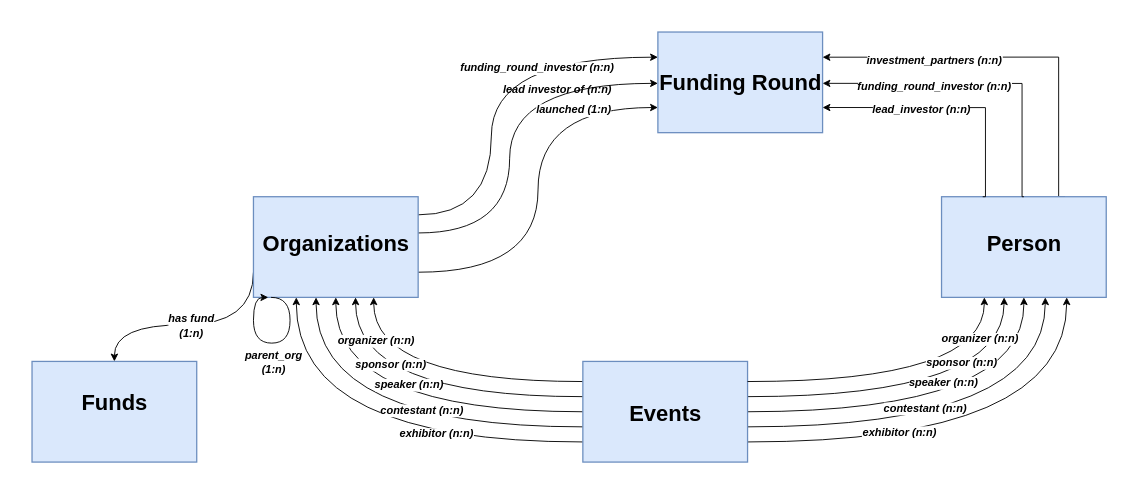
Before: copy_edited_graph_vis.drawio in SilvesterYu/FinQA_Vis, a draw.io diagram. Source tidied: cells renumbered, new cells numbered last; positions are measured from the earlier drawing's top-left corner, leaving out a move shared by most shapes. Both pictures are drawn from the tidied source at 183%, with x=0, y=0 at pixel (31, 31).
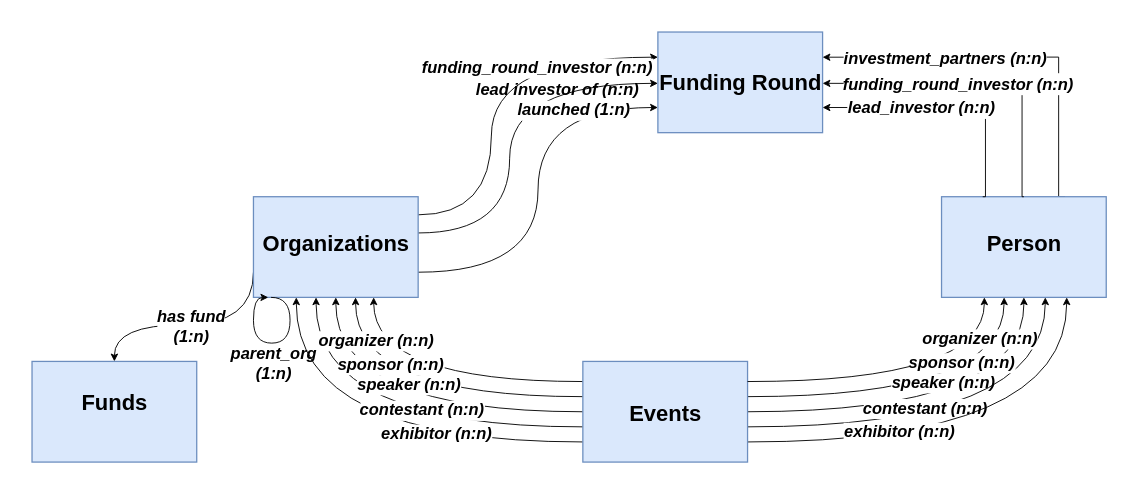
The same diagram, later.

Unchanged cells that the change refers to:
```xml
<mxCell id="2" style="edgeStyle=orthogonalEdgeStyle;rounded=0;jettySize=auto;html=1;exitX=1;exitY=0.75;exitDx=0;exitDy=0;entryX=0;entryY=0.75;entryDx=0;entryDy=0;entryPerimeter=0;endSize=3;strokeWidth=0.5;curved=1;exitPerimeter=0;" parent="1" edge="1" source="12" target="9">
  <mxGeometry relative="1" as="geometry" />
</mxCell>
<mxCell id="4" style="edgeStyle=orthogonalEdgeStyle;rounded=0;jettySize=auto;html=1;exitX=1;exitY=0.36;exitDx=0;exitDy=0;entryX=0;entryY=0.51;entryDx=0;entryDy=0;entryPerimeter=0;endSize=3;strokeWidth=0.5;curved=1;exitPerimeter=0;" parent="1" edge="1" source="12" target="9">
  <mxGeometry relative="1" as="geometry">
    <Array as="points">
      <mxPoint x="261" y="110" />
      <mxPoint x="261" y="28" />
    </Array>
  </mxGeometry>
</mxCell>
<mxCell id="6" style="edgeStyle=orthogonalEdgeStyle;rounded=0;jettySize=auto;html=1;exitX=1;exitY=0.18;exitDx=0;exitDy=0;entryX=0;entryY=0.25;entryDx=0;entryDy=0;entryPerimeter=0;strokeWidth=0.5;endSize=3;curved=1;exitPerimeter=0;" parent="1" edge="1" source="12" target="9">
  <mxGeometry relative="1" as="geometry">
    <Array as="points">
      <mxPoint x="251" y="100" />
      <mxPoint x="251" y="14" />
    </Array>
  </mxGeometry>
</mxCell>
<mxCell id="10" style="edgeStyle=orthogonalEdgeStyle;rounded=0;jettySize=auto;html=1;entryX=0.5;entryY=0;entryDx=0;entryDy=0;fontSize=9;strokeWidth=0.51;endSize=3;curved=1;exitX=0;exitY=0.75;exitDx=0;exitDy=0;exitPerimeter=0;" parent="1" edge="1" source="12" target="15">
  <mxGeometry relative="1" as="geometry">
    <Array as="points">
      <mxPoint x="121" y="160" />
      <mxPoint x="45" y="160" />
    </Array>
  </mxGeometry>
</mxCell>
<mxCell id="13" style="edgeStyle=orthogonalEdgeStyle;rounded=0;orthogonalLoop=1;jettySize=auto;html=1;exitX=0.107;exitY=1;exitDx=0;exitDy=0;fontSize=9;endSize=3;strokeWidth=0.5;curved=1;exitPerimeter=0;entryX=0.09;entryY=1;entryDx=0;entryDy=0;entryPerimeter=0;" parent="1" edge="1" source="12" target="12">
  <mxGeometry relative="1" as="geometry">
    <Array as="points">
      <mxPoint x="141" y="145" />
      <mxPoint x="141" y="170" />
      <mxPoint x="121" y="170" />
      <mxPoint x="121" y="145" />
    </Array>
  </mxGeometry>
</mxCell>
<mxCell id="24" style="edgeStyle=orthogonalEdgeStyle;rounded=0;jettySize=auto;html=1;exitX=1;exitY=0.5;exitDx=0;exitDy=0;fontSize=7;endSize=3;strokeWidth=0.5;curved=1;exitPerimeter=0;" parent="1" edge="1" source="30">
  <mxGeometry relative="1" as="geometry">
    <mxPoint x="542" y="145" as="targetPoint" />
  </mxGeometry>
</mxCell>
<mxCell id="26" style="edgeStyle=orthogonalEdgeStyle;rounded=0;jettySize=auto;html=1;exitX=1;exitY=0.65;exitDx=0;exitDy=0;entryX=0.63;entryY=1;entryDx=0;entryDy=0;entryPerimeter=0;fontSize=7;endSize=3;strokeWidth=0.5;curved=1;exitPerimeter=0;" parent="1" edge="1" source="30" target="17">
  <mxGeometry relative="1" as="geometry" />
</mxCell>
<mxCell id="28" style="edgeStyle=orthogonalEdgeStyle;rounded=0;jettySize=auto;html=1;entryX=0.76;entryY=1;entryDx=0;entryDy=0;entryPerimeter=0;fontSize=7;endSize=3;strokeWidth=0.5;curved=1;exitX=1;exitY=0.8;exitDx=0;exitDy=0;exitPerimeter=0;" parent="1" edge="1" source="30" target="17">
  <mxGeometry relative="1" as="geometry" />
</mxCell>
<mxCell id="34" style="edgeStyle=orthogonalEdgeStyle;rounded=0;jettySize=auto;html=1;entryX=1;entryY=0.51;entryDx=0;entryDy=0;strokeWidth=0.5;endSize=3;entryPerimeter=0;exitX=0.5;exitY=0;exitDx=0;exitDy=0;" parent="1" edge="1" source="17" target="9">
  <mxGeometry relative="1" as="geometry">
    <Array as="points">
      <mxPoint x="541" y="90" />
      <mxPoint x="541" y="28" />
    </Array>
  </mxGeometry>
</mxCell>
<mxCell id="36" style="edgeStyle=orthogonalEdgeStyle;rounded=0;jettySize=auto;html=1;entryX=1;entryY=0.75;entryDx=0;entryDy=0;strokeWidth=0.5;endSize=3;entryPerimeter=0;exitX=0.25;exitY=0;exitDx=0;exitDy=0;" parent="1" edge="1" source="17" target="9">
  <mxGeometry relative="1" as="geometry">
    <Array as="points">
      <mxPoint x="521" y="90" />
      <mxPoint x="521" y="41" />
    </Array>
  </mxGeometry>
</mxCell>
<mxCell id="38" style="edgeStyle=orthogonalEdgeStyle;rounded=0;jettySize=auto;html=1;exitX=1;exitY=0.2;exitDx=0;exitDy=0;entryX=0.26;entryY=1;entryDx=0;entryDy=0;entryPerimeter=0;fontSize=7;endSize=3;strokeWidth=0.5;curved=1;exitPerimeter=0;" parent="1" edge="1" source="30" target="17">
  <mxGeometry relative="1" as="geometry" />
</mxCell>
```

What changed in the source:
```diff
@@
-    <mxCell id="3" value="&lt;font style=&quot;font-size: 6px;&quot;&gt;lead investor of (n:n)&lt;/font&gt;" style="edgeLabel;html=1;align=center;verticalAlign=middle;fontSize=6;fontStyle=3;" parent="2" vertex="1">
+    <mxCell id="3" value="&lt;font style=&quot;font-size: 9px;&quot;&gt;lead investor of (n:n)&lt;/font&gt;" style="edgeLabel;html=1;align=center;verticalAlign=middle;fontSize=6;fontStyle=3;" parent="2" vertex="1">
       <mxGeometry x="-0.48" y="2" relative="1" as="geometry">
         <mxPoint x="18" y="-98" as="offset" />
       </mxGeometry>
     </mxCell>
@@
-    <mxCell id="5" value="&lt;font style=&quot;font-size: 6px;&quot;&gt;launched (1:n)&lt;/font&gt;" style="edgeLabel;html=1;align=center;verticalAlign=middle;fontSize=6;fontStyle=3;" parent="4" vertex="1">
+    <mxCell id="5" value="&lt;font style=&quot;font-size: 9px;&quot;&gt;launched (1:n)&lt;/font&gt;" style="edgeLabel;html=1;align=center;verticalAlign=middle;fontSize=6;fontStyle=3;" parent="4" vertex="1">
       <mxGeometry x="-0.26" y="2" relative="1" as="geometry">
         <mxPoint x="36" y="-38" as="offset" />
       </mxGeometry>
     </mxCell>
@@
-    <mxCell id="7" value="&lt;font style=&quot;font-size: 6px;&quot;&gt;funding_round_investor (n:n)&lt;/font&gt;" style="edgeLabel;html=1;align=center;verticalAlign=middle;fontSize=6;fontStyle=3;" parent="6" vertex="1">
+    <mxCell id="7" value="&lt;font style=&quot;font-size: 9px;&quot;&gt;funding_round_investor (n:n)&lt;/font&gt;" style="edgeLabel;html=1;align=center;verticalAlign=middle;fontSize=6;fontStyle=3;" parent="6" vertex="1">
       <mxGeometry x="-0.52" y="2" relative="1" as="geometry">
         <mxPoint x="26" y="-68" as="offset" />
       </mxGeometry>
     </mxCell>
@@
-    <mxCell id="11" value="&lt;font style=&quot;font-size: 6px;&quot;&gt;has fund&lt;br style=&quot;font-size: 6px;&quot;&gt;(1:n)&lt;/font&gt;" style="edgeLabel;html=1;align=center;verticalAlign=middle;fontSize=6;fontStyle=3;" parent="10" vertex="1">
+    <mxCell id="11" value="&lt;font style=&quot;font-size: 9px;&quot;&gt;has fund&lt;br style=&quot;&quot;&gt;(1:n)&lt;/font&gt;" style="edgeLabel;html=1;align=center;verticalAlign=middle;fontSize=6;fontStyle=3;" parent="10" vertex="1">
       <mxGeometry x="-0.15" relative="1" as="geometry">
         <mxPoint x="-10" as="offset" />
       </mxGeometry>
     </mxCell>
@@
-    <mxCell id="14" value="parent_org&lt;br style=&quot;font-size: 6px;&quot;&gt;(1:n)" style="edgeLabel;html=1;align=center;verticalAlign=middle;fontSize=6;fontStyle=3;" parent="13" vertex="1">
+    <mxCell id="14" value="&lt;font style=&quot;font-size: 9px;&quot;&gt;parent_org&lt;br style=&quot;&quot;&gt;(1:n)&lt;/font&gt;" style="edgeLabel;html=1;align=center;verticalAlign=middle;fontSize=6;fontStyle=3;" parent="13" vertex="1">
       <mxGeometry x="-0.13" y="-1" relative="1" as="geometry">
         <mxPoint x="-7" y="11" as="offset" />
       </mxGeometry>
     </mxCell>
@@
-    <mxCell id="25" value="speaker (n:n)" style="edgeLabel;html=1;align=center;verticalAlign=middle;fontSize=6;fontStyle=3;" parent="24" vertex="1">
+    <mxCell id="25" value="&lt;font style=&quot;font-size: 9px;&quot;&gt;speaker (n:n)&lt;/font&gt;" style="edgeLabel;html=1;align=center;verticalAlign=middle;fontSize=6;fontStyle=3;" parent="24" vertex="1">
       <mxGeometry x="-0.12" relative="1" as="geometry">
         <mxPoint x="12" y="-16" as="offset" />
       </mxGeometry>
     </mxCell>
@@
-    <mxCell id="27" value="contestant (n:n)" style="edgeLabel;html=1;align=center;verticalAlign=middle;fontSize=6;fontStyle=3;" parent="26" vertex="1">
+    <mxCell id="27" value="&lt;font style=&quot;font-size: 9px;&quot;&gt;contestant (n:n)&lt;/font&gt;" style="edgeLabel;html=1;align=center;verticalAlign=middle;fontSize=6;fontStyle=3;" parent="26" vertex="1">
       <mxGeometry x="-0.26" y="1" relative="1" as="geometry">
         <mxPoint x="10" y="-9" as="offset" />
       </mxGeometry>
     </mxCell>
@@
-    <mxCell id="29" value="exhibitor (n:n)" style="edgeLabel;html=1;align=center;verticalAlign=middle;fontSize=6;fontStyle=3;" parent="28" vertex="1">
+    <mxCell id="29" value="&lt;font style=&quot;font-size: 9px;&quot;&gt;exhibitor (n:n)&lt;/font&gt;" style="edgeLabel;html=1;align=center;verticalAlign=middle;fontSize=6;fontStyle=3;" parent="28" vertex="1">
       <mxGeometry x="-0.61" relative="1" as="geometry">
         <mxPoint x="33" y="-6" as="offset" />
       </mxGeometry>
     </mxCell>
@@
-    <mxCell id="33" value="&lt;font style=&quot;font-size: 6px;&quot;&gt;&lt;b&gt;&lt;i&gt;investment_partners (n:n)&lt;/i&gt;&lt;/b&gt;&lt;/font&gt;" style="edgeLabel;html=1;align=center;verticalAlign=middle;fontSize=10;" parent="1" vertex="1">
-      <mxGeometry x="496" y="14" as="geometry">
+    <mxCell id="33" value="&lt;font style=&quot;font-size: 9px;&quot;&gt;&lt;b style=&quot;&quot;&gt;&lt;i style=&quot;&quot;&gt;investment_partners (n:n)&lt;/i&gt;&lt;/b&gt;&lt;/font&gt;" style="edgeLabel;html=1;align=center;verticalAlign=middle;fontSize=10;" parent="1" vertex="1">
+      <mxGeometry x="502" y="14" as="geometry">
         <mxPoint x="-4" y="-1" as="offset" />
       </mxGeometry>
     </mxCell>
@@
-    <mxCell id="35" value="&lt;font style=&quot;font-size: 6px;&quot;&gt;&lt;b&gt;&lt;i&gt;funding_round_investor (n:n)&lt;/i&gt;&lt;/b&gt;&lt;/font&gt;" style="edgeLabel;html=1;align=center;verticalAlign=middle;fontSize=10;" parent="34" vertex="1">
+    <mxCell id="35" value="&lt;font style=&quot;font-size: 9px;&quot;&gt;&lt;b style=&quot;&quot;&gt;&lt;i style=&quot;&quot;&gt;funding_round_investor (n:n)&lt;/i&gt;&lt;/b&gt;&lt;/font&gt;" style="edgeLabel;html=1;align=center;verticalAlign=middle;fontSize=10;" parent="34" vertex="1">
       <mxGeometry x="-0.39" y="-1" relative="1" as="geometry">
-        <mxPoint x="-50" y="-12" as="offset" />
+        <mxPoint x="-37" y="-12" as="offset" />
       </mxGeometry>
     </mxCell>
@@
-    <mxCell id="37" value="&lt;font style=&quot;font-size: 6px;&quot;&gt;&lt;b&gt;&lt;i&gt;lead_investor (n:n)&lt;/i&gt;&lt;/b&gt;&lt;/font&gt;" style="edgeLabel;html=1;align=center;verticalAlign=middle;fontSize=10;" parent="36" vertex="1">
+    <mxCell id="37" value="&lt;font style=&quot;font-size: 9px;&quot;&gt;&lt;b style=&quot;&quot;&gt;&lt;i style=&quot;&quot;&gt;lead_investor (n:n)&lt;/i&gt;&lt;/b&gt;&lt;/font&gt;" style="edgeLabel;html=1;align=center;verticalAlign=middle;fontSize=10;" parent="36" vertex="1">
       <mxGeometry x="-0.39" y="-1" relative="1" as="geometry">
         <mxPoint x="-37" y="-9" as="offset" />
       </mxGeometry>
     </mxCell>
@@
-    <mxCell id="39" value="sponsor (n:n)" style="edgeLabel;html=1;align=center;verticalAlign=middle;fontSize=6;fontStyle=3;" parent="38" vertex="1">
+    <mxCell id="39" value="&lt;font style=&quot;font-size: 9px;&quot;&gt;sponsor (n:n)&lt;/font&gt;" style="edgeLabel;html=1;align=center;verticalAlign=middle;fontSize=6;fontStyle=3;" parent="38" vertex="1">
       <mxGeometry x="0.11" relative="1" as="geometry">
         <mxPoint x="19" y="-11" as="offset" />
       </mxGeometry>
     </mxCell>
-    <mxCell id="40" value="&lt;font style=&quot;font-size: 6px;&quot;&gt;organizer (n:n)&lt;/font&gt;" style="edgeLabel;html=1;align=center;verticalAlign=middle;fontSize=6;fontStyle=3;" parent="1" vertex="1">
+    <mxCell id="40" value="&lt;font style=&quot;font-size: 9px;&quot;&gt;organizer (n:n)&lt;/font&gt;" style="edgeLabel;html=1;align=center;verticalAlign=middle;fontSize=6;fontStyle=3;" parent="1" vertex="1">
       <mxGeometry x="517" y="167" as="geometry" />
     </mxCell>
-    <mxCell id="41" value="speaker (n:n)" style="edgeLabel;html=1;align=center;verticalAlign=middle;fontSize=6;fontStyle=3;" parent="1" vertex="1">
+    <mxCell id="41" value="&lt;font style=&quot;font-size: 9px;&quot;&gt;speaker (n:n)&lt;/font&gt;" style="edgeLabel;html=1;align=center;verticalAlign=middle;fontSize=6;fontStyle=3;" parent="1" vertex="1">
       <mxGeometry x="205.9" y="192.5" as="geometry" />
     </mxCell>
-    <mxCell id="42" value="contestant (n:n)" style="edgeLabel;html=1;align=center;verticalAlign=middle;fontSize=6;fontStyle=3;" parent="1" vertex="1">
+    <mxCell id="42" value="&lt;font style=&quot;font-size: 9px;&quot;&gt;contestant (n:n)&lt;/font&gt;" style="edgeLabel;html=1;align=center;verticalAlign=middle;fontSize=6;fontStyle=3;" parent="1" vertex="1">
       <mxGeometry x="212.1" y="206.8" as="geometry" />
     </mxCell>
-    <mxCell id="43" value="exhibitor (n:n)" style="edgeLabel;html=1;align=center;verticalAlign=middle;fontSize=6;fontStyle=3;" parent="1" vertex="1">
+    <mxCell id="43" value="&lt;font style=&quot;font-size: 9px;&quot;&gt;exhibitor (n:n)&lt;/font&gt;" style="edgeLabel;html=1;align=center;verticalAlign=middle;fontSize=6;fontStyle=3;" parent="1" vertex="1">
       <mxGeometry x="220.4" y="219" as="geometry" />
     </mxCell>
-    <mxCell id="44" value="sponsor (n:n)" style="edgeLabel;html=1;align=center;verticalAlign=middle;fontSize=6;fontStyle=3;" parent="1" vertex="1">
+    <mxCell id="44" value="&lt;font style=&quot;font-size: 9px;&quot;&gt;sponsor (n:n)&lt;/font&gt;" style="edgeLabel;html=1;align=center;verticalAlign=middle;fontSize=6;fontStyle=3;" parent="1" vertex="1">
       <mxGeometry x="195.2" y="181" as="geometry" />
     </mxCell>
-    <mxCell id="45" value="&lt;font style=&quot;font-size: 6px;&quot;&gt;organizer (n:n)&lt;/font&gt;" style="edgeLabel;html=1;align=center;verticalAlign=middle;fontSize=6;fontStyle=3;" parent="1" vertex="1">
+    <mxCell id="45" value="&lt;font style=&quot;font-size: 9px;&quot;&gt;organizer (n:n)&lt;/font&gt;" style="edgeLabel;html=1;align=center;verticalAlign=middle;fontSize=6;fontStyle=3;" parent="1" vertex="1">
       <mxGeometry x="187" y="168" as="geometry" />
     </mxCell>
```
